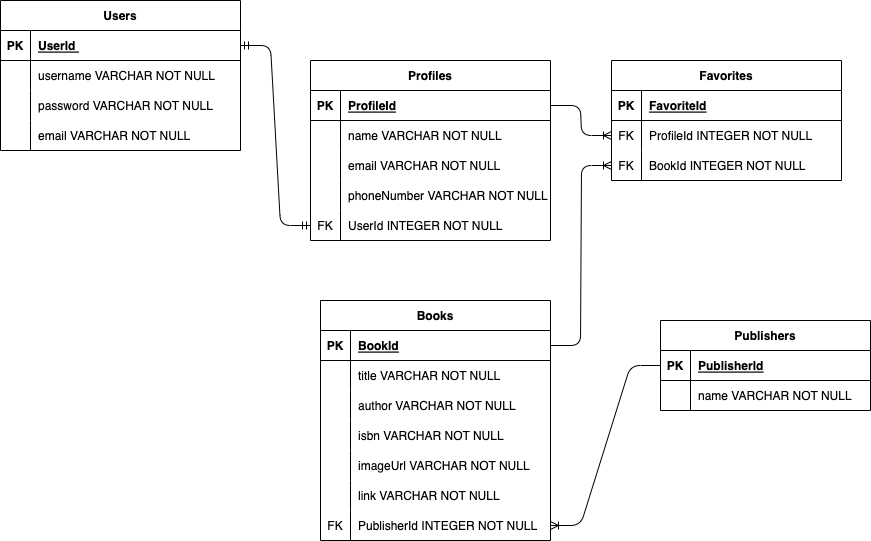
Above: erd.drawio.png in felixleandr/pair-project-book-finder (draw.io), before the change. Source tidied: cells renumbered, new cells last; positions are measured from the earlier drawing's top-left corner, leaving out a move shared by most shapes.
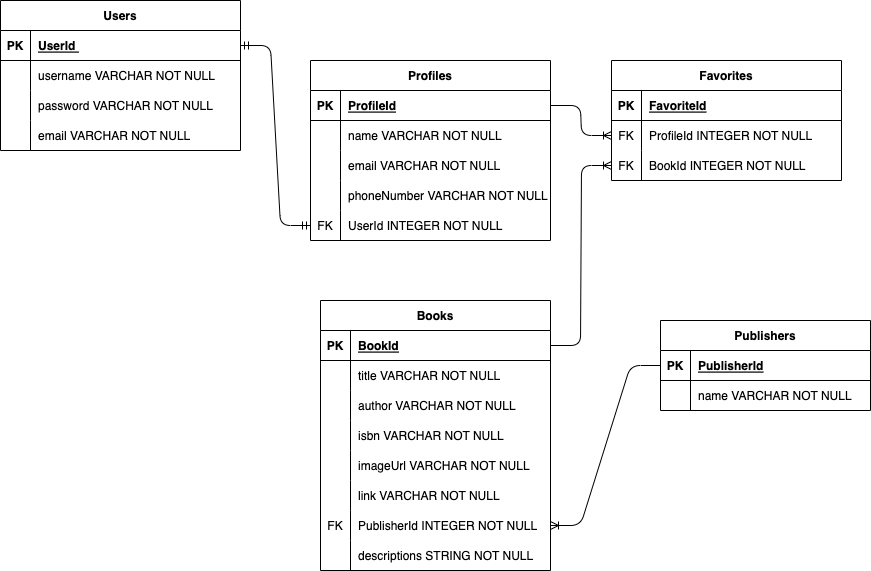
After the commit.

Commit message:
tambah descriptions ke books, fitur add books, dan validasi add books

The edit, as a diff of the source:
```diff
@@ -42,7 +42,7 @@
       <mxGeometry x="30" width="210" height="30" as="geometry" />
     </mxCell>
     <mxCell id="15" value="Books" style="shape=table;startSize=30;rowLines=0;fontStyle=1;align=center;" parent="1" vertex="1">
-      <mxGeometry x="320" y="300" width="230" height="240" as="geometry" />
+      <mxGeometry x="320" y="300" width="230" height="270" as="geometry" />
     </mxCell>
     <mxCell id="16" style="shape=tableRow;horizontal=0;startSize=0;swimlaneHead=0;swimlaneBody=0;fillColor=none;points=[[0,0.5],[1,0.5]];portConstraint=eastwest;top=0;left=0;right=0;bottom=1;" parent="15" vertex="1">
       <mxGeometry y="30" width="230" height="30" as="geometry" />
@@ -107,6 +107,15 @@
     <mxCell id="36" value="PublisherId INTEGER NOT NULL" style="shape=partialRectangle;fillColor=none;top=0;left=0;bottom=0;right=0;align=left;spacingLeft=6;overflow=hidden;" parent="34" vertex="1">
       <mxGeometry x="30" width="200" height="30" as="geometry" />
     </mxCell>
+    <mxCell id="74" style="shape=tableRow;horizontal=0;startSize=0;swimlaneHead=0;swimlaneBody=0;fillColor=none;top=0;left=0;right=0;bottom=0;" parent="15" vertex="1">
+      <mxGeometry y="240" width="230" height="30" as="geometry" />
+    </mxCell>
+    <mxCell id="75" style="shape=partialRectangle;fillColor=none;top=0;left=0;bottom=0;right=0;overflow=hidden;" parent="74" vertex="1">
+      <mxGeometry width="30" height="30" as="geometry" />
+    </mxCell>
+    <mxCell id="76" value="descriptions STRING NOT NULL" style="shape=partialRectangle;fillColor=none;top=0;left=0;bottom=0;right=0;align=left;spacingLeft=6;overflow=hidden;" parent="74" vertex="1">
+      <mxGeometry x="30" width="200" height="30" as="geometry" />
+    </mxCell>
     <mxCell id="37" value="Publishers" style="shape=table;startSize=30;rowLines=0;fontStyle=1;align=center;" parent="1" vertex="1">
       <mxGeometry x="660" y="320" width="210" height="90" as="geometry" />
     </mxCell>
```
